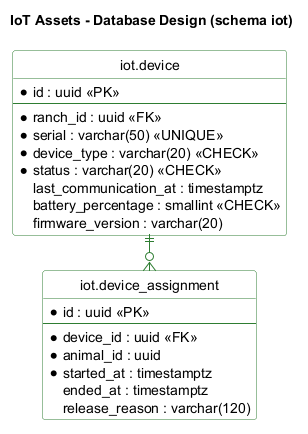
Above: report/assets/images/diagrams/db-iot.png in five-smart-farm-creators/ichu-report (PlantUML), before the change.
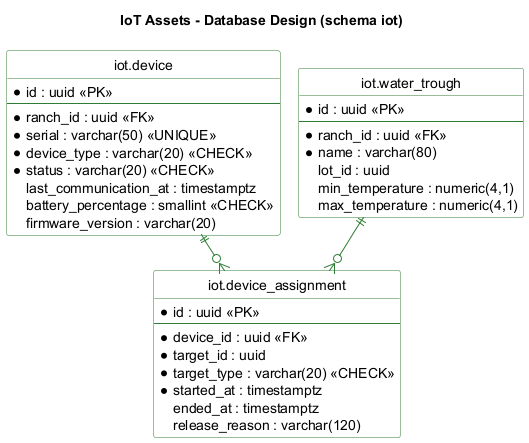
After the change.

Change to the diagram source:
```diff
@@ -25,10 +25,21 @@
   * id : uuid <<PK>>
   --
   * device_id : uuid <<FK>>
-  * animal_id : uuid
+  * target_id : uuid
+  * target_type : varchar(20) <<CHECK>>
   * started_at : timestamptz
   ended_at : timestamptz
   release_reason : varchar(120)
 }
+entity "iot.water_trough" as wt {
+  * id : uuid <<PK>>
+  --
+  * ranch_id : uuid <<FK>>
+  * name : varchar(80)
+  lot_id : uuid
+  min_temperature : numeric(4,1)
+  max_temperature : numeric(4,1)
+}
 dev ||--o{ da
+wt ||--o{ da
 @enduml
```
